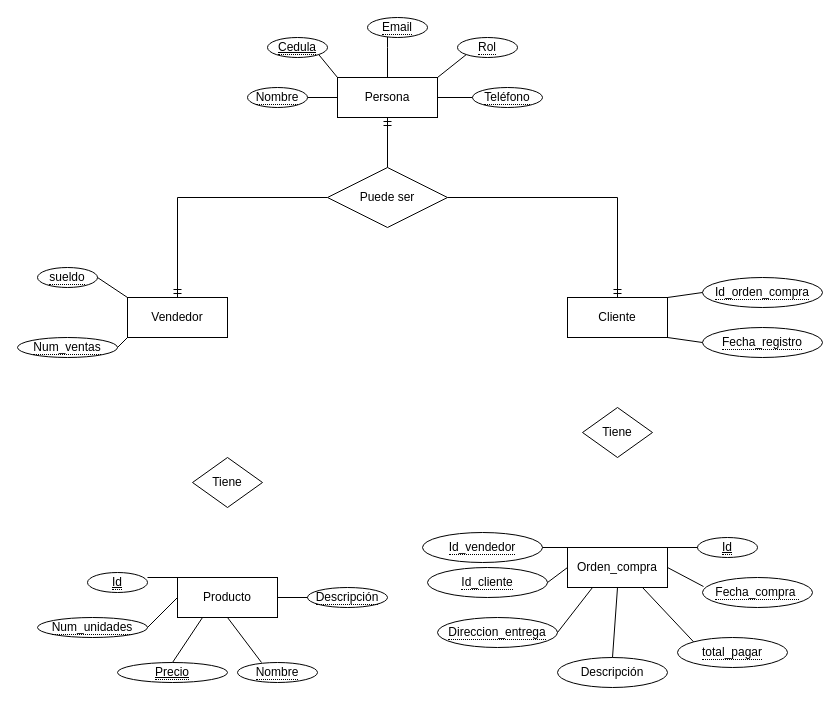
leonyudithk/Bakery-Shop keeps this draw.io diagram as Diagrama sin título.drawio. Above is the earlier version. Source tidied: cells renumbered, new cells numbered last; positions are measured from the earlier drawing's top-left corner, leaving out a move shared by most shapes. Both pictures are drawn from the tidied source at 100%, with x=0, y=0 at pixel (17, 17).
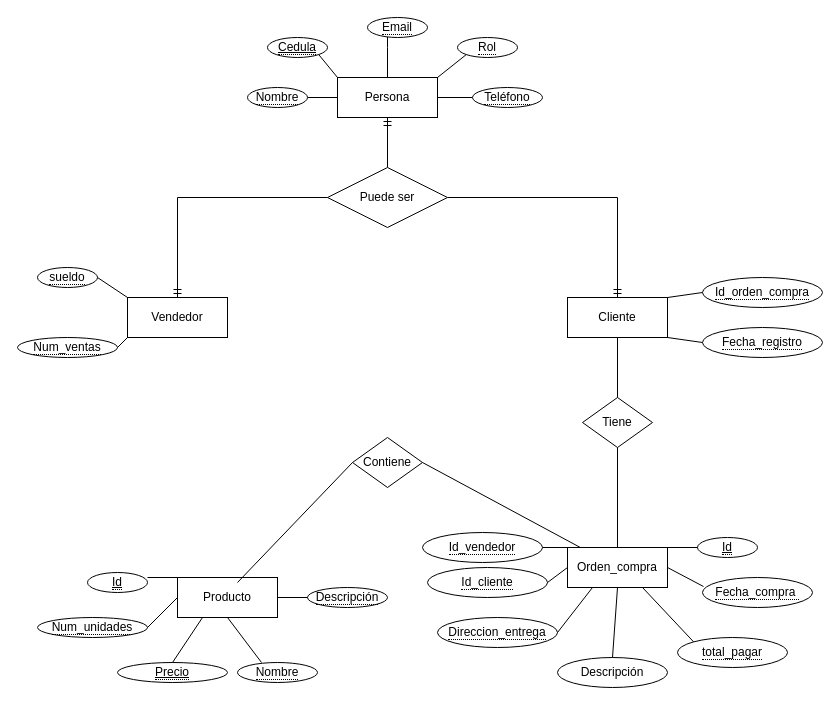
After the change.

Unchanged cells that the change refers to:
```xml
<mxCell id="5" value="Orden_compra" style="whiteSpace=wrap;html=1;align=center;" parent="1" vertex="1">
  <mxGeometry x="550" y="530" width="100" height="40" as="geometry" />
</mxCell>
<mxCell id="10" value="Cliente" style="whiteSpace=wrap;html=1;align=center;" parent="1" vertex="1">
  <mxGeometry x="550" y="280" width="100" height="40" as="geometry" />
</mxCell>
```

Diff of the diagram source:
```diff
@@
-    <mxCell id="17" value="Tiene" style="rhombus;whiteSpace=wrap;html=1;" parent="1" vertex="1">
-      <mxGeometry x="175" y="440" width="70" height="50" as="geometry" />
+    <mxCell id="17" value="Contiene" style="rhombus;whiteSpace=wrap;html=1;" parent="1" vertex="1">
+      <mxGeometry x="335" y="420" width="70" height="50" as="geometry" />
     </mxCell>
     <mxCell id="18" value="Tiene" style="rhombus;whiteSpace=wrap;html=1;" parent="1" vertex="1">
-      <mxGeometry x="565" y="390" width="70" height="50" as="geometry" />
+      <mxGeometry x="565" y="380" width="70" height="50" as="geometry" />
     </mxCell>
@@
+    <mxCell id="55" style="endArrow=none;html=1;rounded=0;" parent="1" edge="1" source="18" target="10">
+      <mxGeometry relative="1" as="geometry" />
+    </mxCell>
+    <mxCell id="56" style="endArrow=none;html=1;rounded=0;exitX=0.5;exitY=0;exitDx=0;exitDy=0;" parent="1" edge="1" source="5">
+      <mxGeometry relative="1" as="geometry">
+        <mxPoint x="600" y="430" as="targetPoint" />
+      </mxGeometry>
+    </mxCell>
+    <mxCell id="57" style="endArrow=none;html=1;rounded=0;entryX=0;entryY=0.5;entryDx=0;entryDy=0;" parent="1" edge="1" target="17">
+      <mxGeometry relative="1" as="geometry">
+        <mxPoint x="220" y="565" as="sourcePoint" />
+      </mxGeometry>
+    </mxCell>
+    <mxCell id="58" style="endArrow=none;html=1;rounded=0;entryX=1;entryY=0.5;entryDx=0;entryDy=0;" parent="1" edge="1" source="5" target="17">
+      <mxGeometry relative="1" as="geometry" />
+    </mxCell>
```
